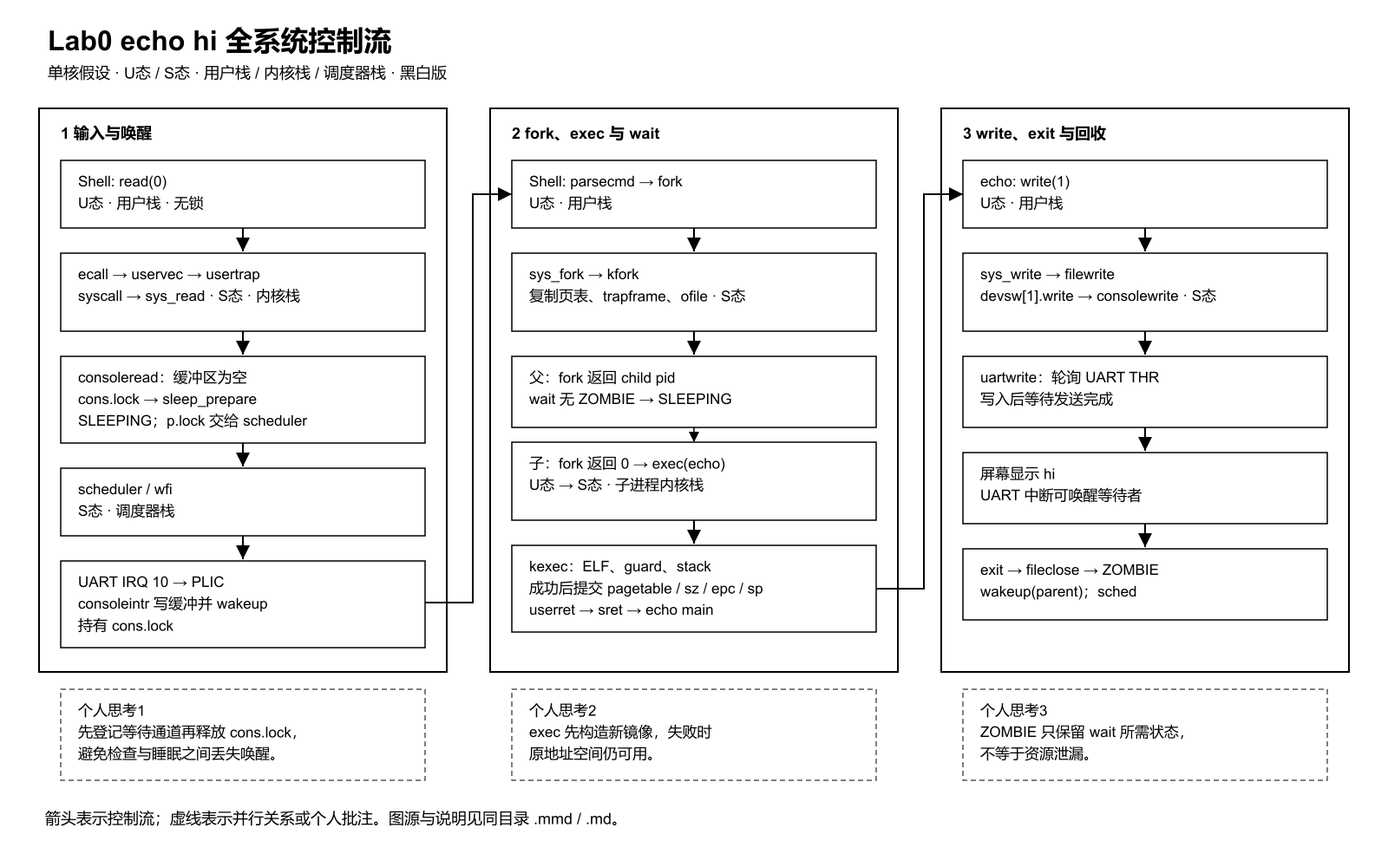
Earlier version of the Mermaid export teacher-check/lab0/images/01-echo-control-flow.png (hoyuand/2024302111427). Its source is kept beside it as teacher-check/lab0/images/01-echo-control-flow.mmd.
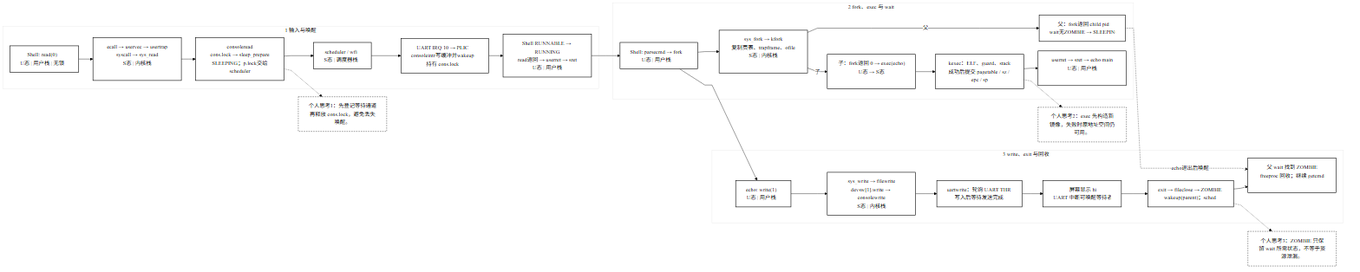
After the change.

The edit, as a diff of the source:
```diff
@@ -5,23 +5,23 @@
 
   subgraph INPUT[1 输入与唤醒]
     direction TB
-    i1["Shell: read(0)\nU态 | 用户栈 | 无锁"]:::plain
-    i2["ecall → uservec → usertrap\nsyscall → sys_read\nS态 | 内核栈"]:::plain
-    i3["consoleread\ncons.lock → sleep_prepare\nSLEEPING；p.lock交给scheduler"]:::plain
-    i4["scheduler / wfi\nS态 | 调度器栈"]:::plain
-    i5["UART IRQ 10 → PLIC\nconsoleintr写缓冲并wakeup\n持有 cons.lock"]:::plain
-    i6["Shell RUNNABLE → RUNNING\nread返回 → userret → sret\nU态 | 用户栈"]:::plain
+    i1["Shell: read(0)<br/>U态 | 用户栈 | 无锁"]:::plain
+    i2["ecall → uservec → usertrap<br/>syscall → sys_read<br/>S态 | 内核栈"]:::plain
+    i3["consoleread<br/>cons.lock → sleep_prepare<br/>SLEEPING；p.lock交给scheduler"]:::plain
+    i4["scheduler / wfi<br/>S态 | 调度器栈"]:::plain
+    i5["UART IRQ 10 → PLIC<br/>consoleintr写缓冲并wakeup<br/>持有 cons.lock"]:::plain
+    i6["Shell RUNNABLE → RUNNING<br/>read返回 → userret → sret<br/>U态 | 用户栈"]:::plain
     i1 --> i2 --> i3 --> i4 --> i5 --> i6
   end
 
   subgraph CREATE[2 fork、exec 与 wait]
     direction TB
-    f1["Shell: parsecmd → fork\nU态 | 用户栈"]:::plain
-    f2["sys_fork → kfork\n复制页表、trapframe、ofile\nS态 | 内核栈"]:::plain
-    f3["父：fork返回 child pid\nwait无ZOMBIE → SLEEPING"]:::plain
-    f4["子：fork返回 0 → exec(echo)\nU态 → S态"]:::plain
-    f5["kexec：ELF、guard、stack\n成功后提交 pagetable / sz / epc / sp"]:::plain
-    f6["userret → sret → echo main\nU态 | 用户栈"]:::plain
+    f1["Shell: parsecmd → fork<br/>U态 | 用户栈"]:::plain
+    f2["sys_fork → kfork<br/>复制页表、trapframe、ofile<br/>S态 | 内核栈"]:::plain
+    f3["父：fork返回 child pid<br/>wait无ZOMBIE → SLEEPING"]:::plain
+    f4["子：fork返回 0 → exec(echo)<br/>U态 → S态"]:::plain
+    f5["kexec：ELF、guard、stack<br/>成功后提交 pagetable / sz / epc / sp"]:::plain
+    f6["userret → sret → echo main<br/>U态 | 用户栈"]:::plain
     f1 --> f2
     f2 -->|父| f3
     f2 -->|子| f4 --> f5 --> f6
@@ -29,12 +29,12 @@
 
   subgraph OUTPUT[3 write、exit 与回收]
     direction TB
-    o1["echo: write(1)\nU态 | 用户栈"]:::plain
-    o2["sys_write → filewrite\ndevsw[1].write → consolewrite\nS态 | 内核栈"]:::plain
-    o3["uartwrite：轮询 UART THR\n写入后等待发送完成"]:::plain
-    o4["屏幕显示 hi\nUART 中断可唤醒等待者"]:::plain
-    o5["exit → fileclose → ZOMBIE\nwakeup(parent)；sched"]:::plain
-    o6["父 wait 找到 ZOMBIE\nfreeproc 回收；继续 getcmd"]:::plain
+    o1["echo: write(1)<br/>U态 | 用户栈"]:::plain
+    o2["sys_write → filewrite<br/>devsw[1].write → consolewrite<br/>S态 | 内核栈"]:::plain
+    o3["uartwrite：轮询 UART THR<br/>写入后等待发送完成"]:::plain
+    o4["屏幕显示 hi<br/>UART 中断可唤醒等待者"]:::plain
+    o5["exit → fileclose → ZOMBIE<br/>wakeup(parent)；sched"]:::plain
+    o6["父 wait 找到 ZOMBIE<br/>freeproc 回收；继续 getcmd"]:::plain
     o1 --> o2 --> o3 --> o4 --> o5 --> o6
   end
 
```
